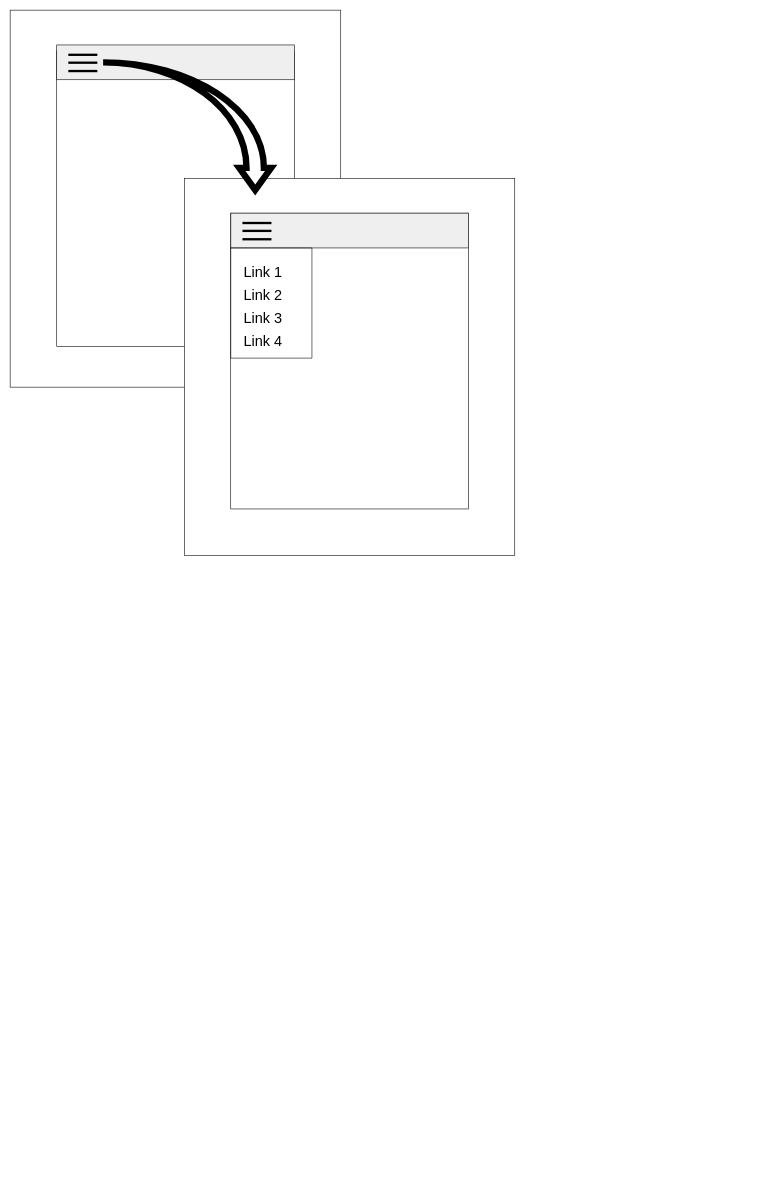
Earlier version of the draw.io diagram Untitled Diagram.drawio (jpkim921/images). Source tidied: cells renumbered, new cells numbered last; positions are measured from the earlier drawing's top-left corner, leaving out a move shared by most shapes. Both pictures are drawn from the tidied source at 58%, with x=0, y=0 at pixel (10, 10).
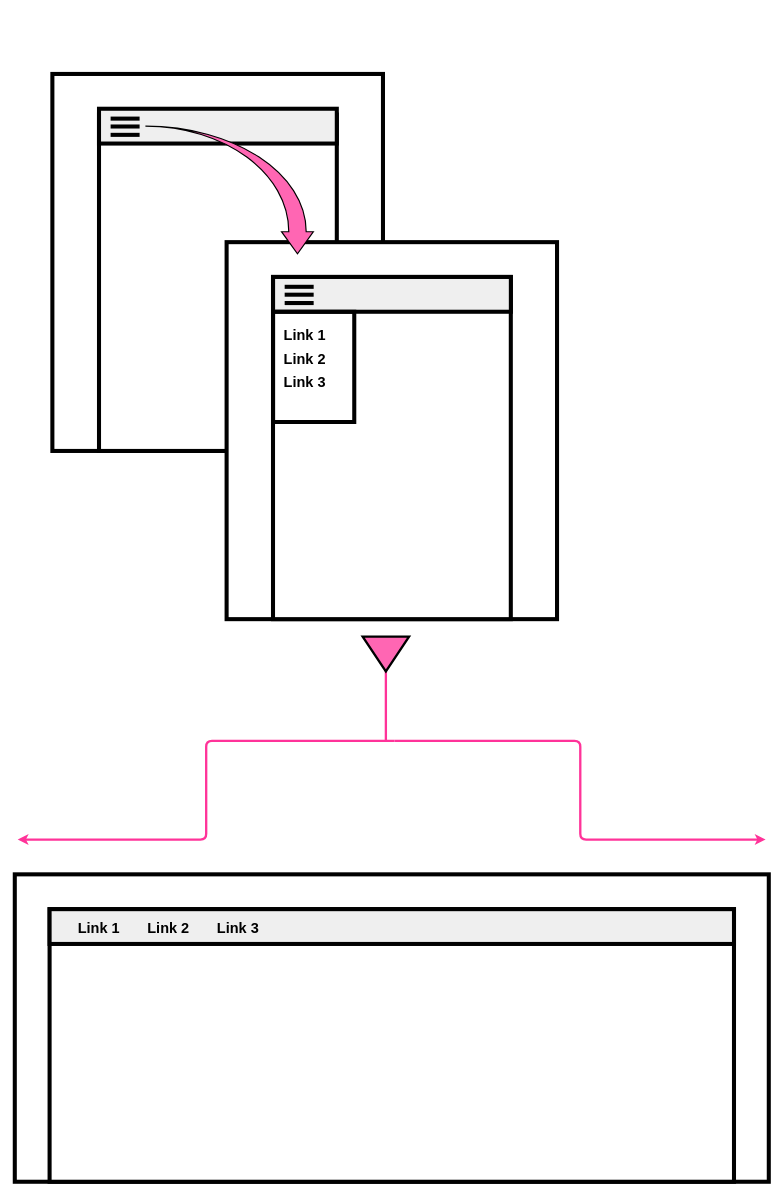
The same page after the edit.

What changed in the source:
```diff
@@
-    <mxCell id="2" style="rounded=0;whiteSpace=wrap;html=1;strokeColor=#000000;fillColor=#FFFFFF;fontSize=15;" parent="1" vertex="1">
-      <mxGeometry width="570" height="650" as="geometry" />
+    <mxCell id="2" style="rounded=0;whiteSpace=wrap;html=1;strokeColor=#000000;fillColor=#FFFFFF;fontSize=15;strokeWidth=7;" parent="1" vertex="1">
+      <mxGeometry x="72.8" y="110" width="570" height="650" as="geometry" />
     </mxCell>
-    <mxCell id="3" style="rounded=0;whiteSpace=wrap;html=1;" parent="1" vertex="1">
-      <mxGeometry x="80.3" y="70" width="410" height="510" as="geometry" />
+    <mxCell id="3" style="rounded=0;whiteSpace=wrap;html=1;strokeWidth=7;" parent="1" vertex="1">
+      <mxGeometry x="153.2" y="180" width="410" height="580" as="geometry" />
     </mxCell>
-    <mxCell id="4" style="rounded=0;whiteSpace=wrap;html=1;fillColor=#efefef;" parent="1" vertex="1">
-      <mxGeometry x="80.3" y="60" width="410" height="60" as="geometry" />
+    <mxCell id="4" style="rounded=0;whiteSpace=wrap;html=1;fillColor=#efefef;strokeWidth=7;" parent="1" vertex="1">
+      <mxGeometry x="153.2" y="170" width="410" height="60" as="geometry" />
     </mxCell>
-    <mxCell id="5" style="endArrow=none;html=1;endSize=6;fontSize=15;strokeWidth=4;" parent="1" edge="1">
+    <mxCell id="5" style="endArrow=none;html=1;endSize=6;fontSize=15;strokeWidth=7;" parent="1" edge="1">
       <mxGeometry relative="1" as="geometry">
-        <mxPoint x="100.3" y="77" as="sourcePoint" />
-        <mxPoint x="150.3" y="77" as="targetPoint" />
+        <mxPoint x="173.2" y="187" as="sourcePoint" />
+        <mxPoint x="223.2" y="187" as="targetPoint" />
       </mxGeometry>
     </mxCell>
-    <mxCell id="6" style="endArrow=none;html=1;strokeWidth=4;" parent="1" edge="1">
+    <mxCell id="6" style="endArrow=none;html=1;strokeWidth=7;" parent="1" edge="1">
       <mxGeometry relative="1" as="geometry">
-        <mxPoint x="100.3" y="90.6" as="sourcePoint" />
-        <mxPoint x="150.3" y="90.6" as="targetPoint" />
+        <mxPoint x="173.2" y="200.6" as="sourcePoint" />
+        <mxPoint x="223.2" y="200.6" as="targetPoint" />
       </mxGeometry>
     </mxCell>
-    <mxCell id="7" style="endArrow=none;html=1;strokeWidth=4;" parent="1" edge="1">
+    <mxCell id="7" style="endArrow=none;html=1;strokeWidth=7;" parent="1" edge="1">
       <mxGeometry relative="1" as="geometry">
-        <mxPoint x="100.3" y="105" as="sourcePoint" />
-        <mxPoint x="150.3" y="105" as="targetPoint" />
+        <mxPoint x="173.2" y="215" as="sourcePoint" />
+        <mxPoint x="223.2" y="215" as="targetPoint" />
       </mxGeometry>
     </mxCell>
-    <mxCell id="8" style="edgeStyle=orthogonalEdgeStyle;rounded=0;orthogonalLoop=1;jettySize=auto;html=1;exitX=0.5;exitY=1;exitDx=0;exitDy=0;endSize=6;strokeWidth=4;fontSize=15;" parent="1" edge="1" source="3" target="3">
+    <mxCell id="8" style="edgeStyle=orthogonalEdgeStyle;rounded=0;orthogonalLoop=1;jettySize=auto;html=1;exitX=0.5;exitY=1;exitDx=0;exitDy=0;endSize=6;strokeWidth=7;fontSize=15;" parent="1" edge="1" source="3" target="3">
       <mxGeometry relative="1" as="geometry" />
     </mxCell>
-    <mxCell id="9" style="rounded=0;whiteSpace=wrap;html=1;fontSize=15;fillColor=#eee;" parent="1" vertex="1">
-      <mxGeometry x="380.5" y="410" width="160" height="200" as="geometry" />
+    <mxCell id="9" style="rounded=0;whiteSpace=wrap;html=1;fontSize=15;fillColor=#eee;strokeWidth=7;" parent="1" vertex="1">
+      <mxGeometry x="453.3" y="520" width="160" height="200" as="geometry" />
     </mxCell>
-    <mxCell id="10" style="rounded=0;whiteSpace=wrap;html=1;strokeColor=#000000;fillColor=#FFFFFF;fontSize=15;" parent="1" vertex="1">
-      <mxGeometry x="300.3" y="290" width="569.7" height="650" as="geometry" />
+    <mxCell id="10" style="rounded=0;whiteSpace=wrap;html=1;strokeColor=#000000;fillColor=#FFFFFF;fontSize=15;strokeWidth=7;" parent="1" vertex="1">
+      <mxGeometry x="373.2" y="400" width="569.7" height="650" as="geometry" />
     </mxCell>
-    <mxCell id="11" style="rounded=0;whiteSpace=wrap;html=1;" parent="1" vertex="1">
-      <mxGeometry x="380.3" y="350" width="410" height="510" as="geometry" />
+    <mxCell id="11" style="rounded=0;whiteSpace=wrap;html=1;strokeWidth=7;" parent="1" vertex="1">
+      <mxGeometry x="453.2" y="460" width="410" height="590" as="geometry" />
     </mxCell>
-    <mxCell id="12" style="rounded=0;whiteSpace=wrap;html=1;fillColor=#efefef;" parent="1" vertex="1">
-      <mxGeometry x="380.5" y="350" width="410" height="60" as="geometry" />
+    <mxCell id="12" style="rounded=0;whiteSpace=wrap;html=1;fillColor=#efefef;strokeWidth=7;" parent="1" vertex="1">
+      <mxGeometry x="453.3" y="460" width="410" height="60" as="geometry" />
     </mxCell>
-    <mxCell id="13" style="endArrow=none;html=1;endSize=6;fontSize=15;strokeWidth=4;" parent="1" edge="1">
+    <mxCell id="13" style="endArrow=none;html=1;endSize=6;fontSize=15;strokeWidth=7;" parent="1" edge="1">
       <mxGeometry relative="1" as="geometry">
-        <mxPoint x="400.5" y="367" as="sourcePoint" />
-        <mxPoint x="450.5" y="367" as="targetPoint" />
+        <mxPoint x="473.3" y="477" as="sourcePoint" />
+        <mxPoint x="523.3" y="477" as="targetPoint" />
       </mxGeometry>
     </mxCell>
-    <mxCell id="14" style="endArrow=none;html=1;strokeWidth=4;" parent="1" edge="1">
+    <mxCell id="14" style="endArrow=none;html=1;strokeWidth=7;" parent="1" edge="1">
       <mxGeometry relative="1" as="geometry">
-        <mxPoint x="400.5" y="380.6" as="sourcePoint" />
-        <mxPoint x="450.5" y="380.6" as="targetPoint" />
+        <mxPoint x="473.3" y="490.6" as="sourcePoint" />
+        <mxPoint x="523.3" y="490.6" as="targetPoint" />
       </mxGeometry>
     </mxCell>
-    <mxCell id="15" style="endArrow=none;html=1;strokeWidth=4;" parent="1" edge="1">
+    <mxCell id="15" style="endArrow=none;html=1;strokeWidth=7;" parent="1" edge="1">
       <mxGeometry relative="1" as="geometry">
-        <mxPoint x="400.5" y="395" as="sourcePoint" />
-        <mxPoint x="450.5" y="395" as="targetPoint" />
+        <mxPoint x="473.3" y="505" as="sourcePoint" />
+        <mxPoint x="523.3" y="505" as="targetPoint" />
       </mxGeometry>
     </mxCell>
+    <mxCell id="20" style="verticalLabelPosition=bottom;verticalAlign=top;html=1;shape=mxgraph.basic.rect;fillColor2=none;strokeWidth=7;size=20;indent=5;fillColor=none;gradientColor=none;fontSize=15;" parent="1" vertex="1">
+      <mxGeometry x="453.3" y="520" width="140" height="190" as="geometry" />
+    </mxCell>
+    <mxCell id="21" style="html=1;shadow=0;dashed=0;align=center;verticalAlign=middle;shape=mxgraph.arrows2.jumpInArrow;dy=15;dx=38;arrowHead=55;strokeColor=#000000;strokeWidth=2;fillColor=#FF66B3;gradientColor=none;fontSize=11;direction=south;" parent="1" vertex="1">
+      <mxGeometry x="233.2" y="200" width="289.7" height="220" as="geometry" />
+    </mxCell>
+    <mxCell id="22" style="rounded=0;whiteSpace=wrap;html=1;strokeWidth=7;" parent="1" vertex="1">
+      <mxGeometry x="8" y="1490" width="1300" height="530" as="geometry" />
+    </mxCell>
+    <mxCell id="23" style="rounded=0;whiteSpace=wrap;html=1;strokeWidth=7;" parent="1" vertex="1">
+      <mxGeometry x="68" y="1550" width="1180" height="470" as="geometry" />
+    </mxCell>
+    <mxCell id="24" style="rounded=0;whiteSpace=wrap;html=1;fillColor=#efefef;strokeWidth=7;" parent="1" vertex="1">
+      <mxGeometry x="68" y="1550" width="1180" height="60" as="geometry" />
+    </mxCell>
+    <mxCell id="25" value="&lt;font style=&quot;font-size: 25px&quot;&gt;Link 1&lt;/font&gt;" style="text;html=1;strokeColor=none;fillColor=none;align=center;verticalAlign=middle;whiteSpace=wrap;rounded=0;fontSize=15;strokeWidth=7;fontStyle=1;" parent="1" vertex="1">
+      <mxGeometry x="108" y="1571" width="90" height="20" as="geometry" />
+    </mxCell>
+    <mxCell id="26" value="&lt;font style=&quot;font-size: 25px&quot;&gt;Link 2&lt;/font&gt;" style="text;html=1;strokeColor=none;fillColor=none;align=center;verticalAlign=middle;whiteSpace=wrap;rounded=0;fontSize=15;strokeWidth=7;fontStyle=1;" parent="1" vertex="1">
+      <mxGeometry x="228" y="1571" width="90" height="20" as="geometry" />
+    </mxCell>
+    <mxCell id="27" value="&lt;font style=&quot;font-size: 25px&quot;&gt;Link 3&lt;/font&gt;" style="text;html=1;strokeColor=none;fillColor=none;align=center;verticalAlign=middle;whiteSpace=wrap;rounded=0;fontSize=15;strokeWidth=7;fontStyle=1;" parent="1" vertex="1">
+      <mxGeometry x="348" y="1571" width="90" height="20" as="geometry" />
+    </mxCell>
+    <mxCell id="28" style="edgeStyle=elbowEdgeStyle;elbow=horizontal;endArrow=classic;html=1;fontSize=11;strokeWidth=4;strokeColor=#FF3399;" parent="1" edge="1">
+      <mxGeometry relative="1" as="geometry">
+        <mxPoint x="662.5" y="1260" as="sourcePoint" />
+        <mxPoint x="1302.5" y="1430" as="targetPoint" />
+      </mxGeometry>
+    </mxCell>
+    <mxCell id="29" style="edgeStyle=elbowEdgeStyle;elbow=horizontal;endArrow=classic;html=1;fontSize=11;strokeWidth=4;strokeColor=#FF3399;" parent="1" edge="1">
+      <mxGeometry relative="1" as="geometry">
+        <mxPoint x="662.5" y="1260" as="sourcePoint" />
+        <mxPoint x="13" y="1430" as="targetPoint" />
+      </mxGeometry>
+    </mxCell>
+    <mxCell id="30" style="line;strokeWidth=4;direction=south;html=1;perimeter=backbonePerimeter;fontSize=11;strokeColor=#FF3399;" parent="1" vertex="1">
+      <mxGeometry x="642.8" y="1080" width="10" height="180" as="geometry" />
+    </mxCell>
+    <mxCell id="31" style="triangle;whiteSpace=wrap;html=1;strokeWidth=4;fontSize=11;direction=south;strokeColor=#000000;fillColor=#FF66B3;" parent="1" vertex="1">
+      <mxGeometry x="607.8" y="1080" width="80" height="60" as="geometry" />
+    </mxCell>
-    <mxCell id="16" value="&lt;font style=&quot;font-size: 25px&quot;&gt;Link 1&lt;/font&gt;" style="text;html=1;strokeColor=none;fillColor=none;align=center;verticalAlign=middle;whiteSpace=wrap;rounded=0;fontSize=15;" parent="1" vertex="1">
-      <mxGeometry x="390.5" y="440" width="90" height="20" as="geometry" />
+    <mxCell id="16" value="&lt;font style=&quot;font-size: 25px&quot;&gt;Link 1&lt;/font&gt;" style="text;html=1;strokeColor=none;fillColor=none;align=center;verticalAlign=middle;whiteSpace=wrap;rounded=0;fontSize=15;strokeWidth=7;fontStyle=1;" parent="1" vertex="1">
+      <mxGeometry x="463.3" y="550" width="90" height="20" as="geometry" />
     </mxCell>
-    <mxCell id="17" value="&lt;font style=&quot;font-size: 25px&quot;&gt;Link 2&lt;/font&gt;" style="text;html=1;strokeColor=none;fillColor=none;align=center;verticalAlign=middle;whiteSpace=wrap;rounded=0;fontSize=15;" parent="1" vertex="1">
-      <mxGeometry x="390.5" y="480" width="90" height="20" as="geometry" />
+    <mxCell id="17" value="&lt;font style=&quot;font-size: 25px&quot;&gt;Link 2&lt;/font&gt;" style="text;html=1;strokeColor=none;fillColor=none;align=center;verticalAlign=middle;whiteSpace=wrap;rounded=0;fontSize=15;strokeWidth=7;fontStyle=1;" parent="1" vertex="1">
+      <mxGeometry x="463.3" y="590" width="90" height="20" as="geometry" />
     </mxCell>
-    <mxCell id="18" value="&lt;font style=&quot;font-size: 25px&quot;&gt;Link 3&lt;/font&gt;" style="text;html=1;strokeColor=none;fillColor=none;align=center;verticalAlign=middle;whiteSpace=wrap;rounded=0;fontSize=15;" parent="1" vertex="1">
-      <mxGeometry x="390.5" y="520" width="90" height="20" as="geometry" />
+    <mxCell id="18" value="&lt;font style=&quot;font-size: 25px&quot;&gt;Link 3&lt;/font&gt;" style="text;html=1;strokeColor=none;fillColor=none;align=center;verticalAlign=middle;whiteSpace=wrap;rounded=0;fontSize=15;strokeWidth=7;fontStyle=1;" parent="1" vertex="1">
+      <mxGeometry x="463.3" y="630" width="90" height="20" as="geometry" />
     </mxCell>
-    <mxCell id="19" value="&lt;font style=&quot;font-size: 25px&quot;&gt;Link 4&lt;/font&gt;" style="text;html=1;strokeColor=none;fillColor=none;align=center;verticalAlign=middle;whiteSpace=wrap;rounded=0;fontSize=15;" parent="1" vertex="1">
-      <mxGeometry x="390.5" y="560" width="90" height="20" as="geometry" />
-    </mxCell>
-    <mxCell id="20" style="verticalLabelPosition=bottom;verticalAlign=top;html=1;shape=mxgraph.basic.rect;fillColor2=none;strokeWidth=1;size=20;indent=5;fillColor=none;gradientColor=none;fontSize=15;" parent="1" vertex="1">
-      <mxGeometry x="380.3" y="410" width="140" height="190" as="geometry" />
-    </mxCell>
-    <mxCell id="21" style="html=1;shadow=0;dashed=0;align=center;verticalAlign=middle;shape=mxgraph.arrows2.jumpInArrow;dy=15;dx=38;arrowHead=55;strokeColor=#000000;strokeWidth=11;fillColor=#ffffff;gradientColor=none;fontSize=15;direction=south;" parent="1" vertex="1">
-      <mxGeometry x="160.3" y="90" width="289.7" height="220" as="geometry" />
-    </mxCell>
```
